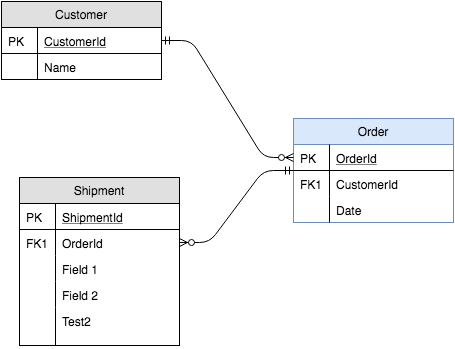
This is images/schema.png from SalvaBi4Group/image, a draw.io export, as it was before one commit. Source tidied: cells renumbered, new cells last; positions are measured from the earlier drawing's top-left corner, leaving out a move shared by most shapes. The source it was exported from:
```xml
<mxGraphModel background="#ffffff">
  <root>
    <mxCell id="0" />
    <mxCell id="1" parent="0" />
    <mxCell id="2" value="Customer" style="swimlane;fontStyle=0;horizontal=1;startSize=26;fillColor=#e0e0e0;swimlaneFillColor=#ffffff;rounded=0;shadow=0;strokeWidth=1;" parent="1" vertex="1">
      <mxGeometry width="160" height="78" as="geometry" />
    </mxCell>
    <mxCell id="3" value="CustomerId" style="shape=partialRectangle;top=0;left=0;right=0;bottom=1;align=left;verticalAlign=top;fillColor=none;spacingLeft=40;spacingRight=4;overflow=hidden;points=[[0,0.5],[1,0.5]];portConstraint=eastwest;rounded=0;shadow=0;strokeWidth=1;fontStyle=4;" parent="2" vertex="1">
      <mxGeometry y="26" width="160" height="26" as="geometry" />
    </mxCell>
    <mxCell id="4" value="PK" style="shape=partialRectangle;top=0;left=0;bottom=0;fillColor=none;align=left;verticalAlign=top;spacingLeft=4;spacingRight=4;overflow=hidden;" parent="3" vertex="1">
      <mxGeometry width="36" height="26" as="geometry" />
    </mxCell>
    <mxCell id="5" value="Name" style="shape=partialRectangle;top=0;left=0;right=0;bottom=0;align=left;verticalAlign=top;fillColor=none;spacingLeft=40;spacingRight=4;overflow=hidden;rounded=0;shadow=0;strokeWidth=1;" parent="2" vertex="1">
      <mxGeometry y="52" width="160" height="26" as="geometry" />
    </mxCell>
    <mxCell id="6" style="shape=partialRectangle;top=0;left=0;bottom=0;fillColor=none;align=left;verticalAlign=top;spacingLeft=4;spacingRight=4;overflow=hidden;" parent="5" vertex="1">
      <mxGeometry width="36" height="26" as="geometry" />
    </mxCell>
    <mxCell id="7" value="Order" style="swimlane;fontStyle=0;horizontal=1;startSize=26;fillColor=#dae8fc;swimlaneFillColor=#ffffff;rounded=0;shadow=0;strokeWidth=1;strokeColor=#6c8ebf;" parent="1" vertex="1">
      <mxGeometry x="292" y="117" width="160" height="104" as="geometry" />
    </mxCell>
    <mxCell id="8" value="OrderId" style="shape=partialRectangle;top=0;left=0;right=0;bottom=1;align=left;verticalAlign=top;fillColor=none;spacingLeft=40;spacingRight=4;overflow=hidden;points=[[0,0.5],[1,0.5]];portConstraint=eastwest;rounded=0;shadow=0;strokeWidth=1;fontStyle=4;" parent="7" vertex="1">
      <mxGeometry y="26" width="160" height="26" as="geometry" />
    </mxCell>
    <mxCell id="9" value="PK" style="shape=partialRectangle;top=0;left=0;bottom=0;fillColor=none;align=left;verticalAlign=top;spacingLeft=4;spacingRight=4;overflow=hidden;" parent="8" vertex="1">
      <mxGeometry width="36" height="26" as="geometry" />
    </mxCell>
    <mxCell id="10" value="CustomerId" style="shape=partialRectangle;top=0;left=0;right=0;bottom=0;align=left;verticalAlign=top;fillColor=none;spacingLeft=40;spacingRight=4;overflow=hidden;rounded=0;shadow=0;strokeWidth=1;" parent="7" vertex="1">
      <mxGeometry y="52" width="160" height="26" as="geometry" />
    </mxCell>
    <mxCell id="11" value="FK1" style="shape=partialRectangle;top=0;left=0;bottom=0;fillColor=none;align=left;verticalAlign=top;spacingLeft=4;spacingRight=4;overflow=hidden;" parent="10" vertex="1">
      <mxGeometry width="36" height="26" as="geometry" />
    </mxCell>
    <mxCell id="12" value="Date" style="shape=partialRectangle;top=0;left=0;right=0;bottom=0;align=left;verticalAlign=top;fillColor=none;spacingLeft=40;spacingRight=4;overflow=hidden;rounded=0;shadow=0;strokeWidth=1;" parent="7" vertex="1">
      <mxGeometry y="78" width="160" height="26" as="geometry" />
    </mxCell>
    <mxCell id="13" style="shape=partialRectangle;top=0;left=0;bottom=0;fillColor=none;align=left;verticalAlign=top;spacingLeft=4;spacingRight=4;overflow=hidden;" parent="12" vertex="1">
      <mxGeometry width="36" height="26" as="geometry" />
    </mxCell>
    <mxCell id="14" style="edgeStyle=entityRelationEdgeStyle;endArrow=ERzeroToMany;startArrow=ERmandOne;shadow=0;strokeWidth=1;" parent="1" edge="1" source="3" target="8">
      <mxGeometry relative="1" as="geometry" />
    </mxCell>
    <mxCell id="15" value="Shipment" style="swimlane;fontStyle=0;horizontal=1;startSize=26;fillColor=#e0e0e0;swimlaneFillColor=#ffffff;rounded=0;shadow=0;strokeWidth=1;" parent="1" vertex="1">
      <mxGeometry x="18" y="176" width="160" height="168" as="geometry" />
    </mxCell>
    <mxCell id="16" value="ShipmentId" style="shape=partialRectangle;top=0;left=0;right=0;bottom=1;align=left;verticalAlign=top;fillColor=none;spacingLeft=40;spacingRight=4;overflow=hidden;rounded=0;shadow=0;strokeWidth=1;fontStyle=4;" parent="15" vertex="1">
      <mxGeometry y="26" width="160" height="26" as="geometry" />
    </mxCell>
    <mxCell id="17" value="PK" style="shape=partialRectangle;top=0;left=0;bottom=0;fillColor=none;align=left;verticalAlign=top;spacingLeft=4;spacingRight=4;overflow=hidden;" parent="16" vertex="1">
      <mxGeometry width="36" height="26" as="geometry" />
    </mxCell>
    <mxCell id="18" value="OrderId" style="shape=partialRectangle;top=0;left=0;right=0;bottom=0;align=left;verticalAlign=top;fillColor=none;spacingLeft=40;spacingRight=4;overflow=hidden;points=[[0,0.5],[1,0.5]];portConstraint=eastwest;rounded=0;shadow=0;strokeWidth=1;" parent="15" vertex="1">
      <mxGeometry y="52" width="160" height="26" as="geometry" />
    </mxCell>
    <mxCell id="19" value="FK1" style="shape=partialRectangle;top=0;left=0;bottom=0;fillColor=none;align=left;verticalAlign=top;spacingLeft=4;spacingRight=4;overflow=hidden;" parent="18" vertex="1">
      <mxGeometry width="36" height="26" as="geometry" />
    </mxCell>
    <mxCell id="20" value="Field 1" style="shape=partialRectangle;top=0;left=0;right=0;bottom=0;align=left;verticalAlign=top;fillColor=none;spacingLeft=40;spacingRight=4;overflow=hidden;rounded=0;shadow=0;strokeWidth=1;" parent="15" vertex="1">
      <mxGeometry y="78" width="160" height="26" as="geometry" />
    </mxCell>
    <mxCell id="21" style="shape=partialRectangle;top=0;left=0;bottom=0;fillColor=none;align=left;verticalAlign=top;spacingLeft=4;spacingRight=4;overflow=hidden;" parent="20" vertex="1">
      <mxGeometry width="36" height="26" as="geometry" />
    </mxCell>
    <mxCell id="22" value="Field 2" style="shape=partialRectangle;top=0;left=0;right=0;bottom=0;align=left;verticalAlign=top;fillColor=none;spacingLeft=40;spacingRight=4;overflow=hidden;rounded=0;shadow=0;strokeWidth=1;" parent="15" vertex="1">
      <mxGeometry y="104" width="160" height="26" as="geometry" />
    </mxCell>
    <mxCell id="23" style="shape=partialRectangle;top=0;left=0;bottom=0;fillColor=none;align=left;verticalAlign=top;spacingLeft=4;spacingRight=4;overflow=hidden;" parent="22" vertex="1">
      <mxGeometry width="36" height="26" as="geometry" />
    </mxCell>
    <mxCell id="24" value="Test2" style="shape=partialRectangle;top=0;left=0;right=0;bottom=0;align=left;verticalAlign=top;fillColor=none;spacingLeft=40;spacingRight=4;overflow=hidden;rounded=0;shadow=0;strokeWidth=1;" parent="15" vertex="1">
      <mxGeometry y="130" width="160" height="38" as="geometry" />
    </mxCell>
    <mxCell id="25" style="shape=partialRectangle;top=0;left=0;bottom=0;fillColor=none;align=left;verticalAlign=top;spacingLeft=4;spacingRight=4;overflow=hidden;" parent="24" vertex="1">
      <mxGeometry width="36" height="38" as="geometry" />
    </mxCell>
    <mxCell id="26" style="edgeStyle=entityRelationEdgeStyle;endArrow=ERzeroToMany;startArrow=ERmandOne;shadow=0;strokeWidth=1;" parent="1" edge="1" source="7" target="18">
      <mxGeometry relative="1" as="geometry" />
    </mxCell>
  </root>
</mxGraphModel>
```
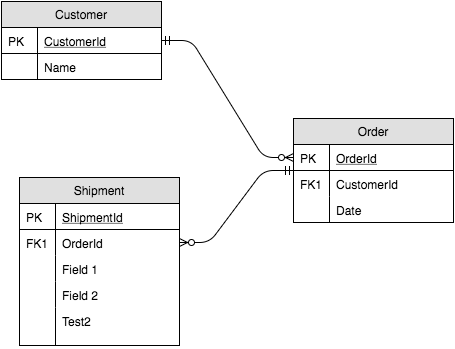
After the commit.

Commit message:
Changes title color

Diff of the diagram source:
```diff
@@ -17,7 +17,7 @@
     <mxCell id="6" style="shape=partialRectangle;top=0;left=0;bottom=0;fillColor=none;align=left;verticalAlign=top;spacingLeft=4;spacingRight=4;overflow=hidden;" parent="5" vertex="1">
       <mxGeometry width="36" height="26" as="geometry" />
     </mxCell>
-    <mxCell id="7" value="Order" style="swimlane;fontStyle=0;horizontal=1;startSize=26;fillColor=#dae8fc;swimlaneFillColor=#ffffff;rounded=0;shadow=0;strokeWidth=1;strokeColor=#6c8ebf;" parent="1" vertex="1">
+    <mxCell id="7" value="Order" style="swimlane;fontStyle=0;horizontal=1;startSize=26;fillColor=#e0e0e0;swimlaneFillColor=#ffffff;rounded=0;shadow=0;strokeWidth=1;strokeColor=#000000;" parent="1" vertex="1">
       <mxGeometry x="292" y="117" width="160" height="104" as="geometry" />
     </mxCell>
     <mxCell id="8" value="OrderId" style="shape=partialRectangle;top=0;left=0;right=0;bottom=1;align=left;verticalAlign=top;fillColor=none;spacingLeft=40;spacingRight=4;overflow=hidden;points=[[0,0.5],[1,0.5]];portConstraint=eastwest;rounded=0;shadow=0;strokeWidth=1;fontStyle=4;" parent="7" vertex="1">
```
